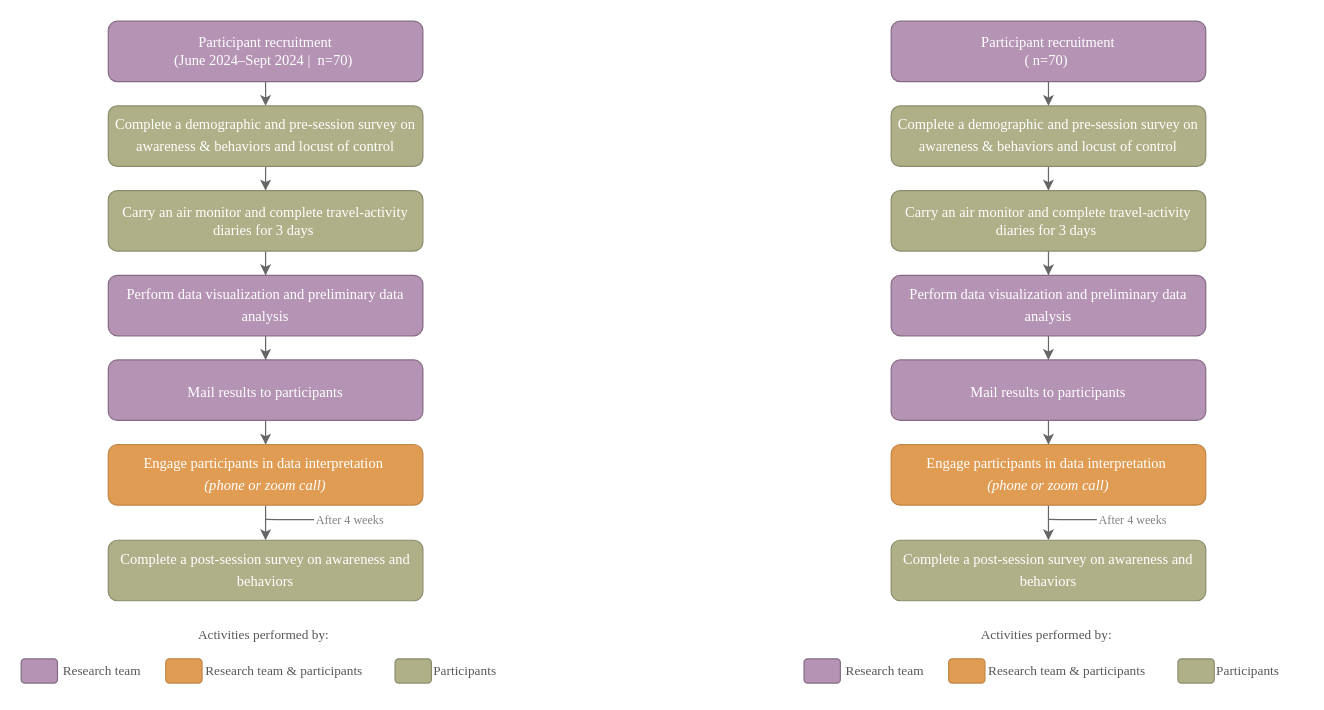
Earlier version of the draw.io diagram AirQualityDissertation.drawio (dealchre/gradDrawio). Source tidied: cells renumbered, new cells numbered last; positions are measured from the earlier drawing's top-left corner, leaving out a move shared by most shapes. Both pictures are drawn from the tidied source at 121%, with x=0, y=0 at pixel (21, 21).
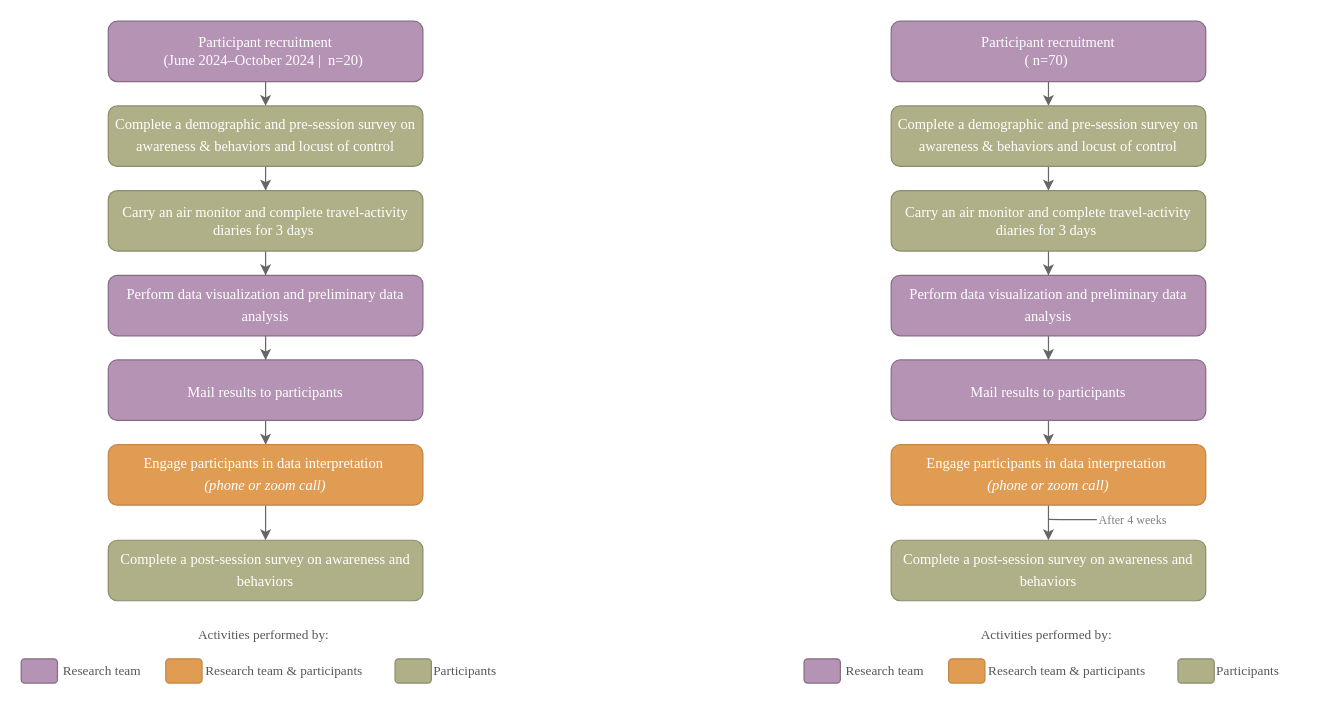
The same page after the edit.

Diff of the diagram source:
```diff
@@
-    <mxCell id="2" value="&lt;font style=&quot;font-size: 12px;&quot;&gt;Participant recruitment&lt;/font&gt;&lt;div&gt;&lt;font style=&quot;font-size: 12px;&quot;&gt;(June&lt;span style=&quot;text-align: start;&quot;&gt;&amp;nbsp;2024–Sept&lt;/span&gt;&lt;span style=&quot;text-align: start;&quot;&gt;&amp;nbsp;&lt;/span&gt;&lt;span style=&quot;text-align: start;&quot;&gt;&lt;/span&gt;2024 |&amp;nbsp;&lt;/font&gt;&lt;span style=&quot;background-color: initial;&quot;&gt;&amp;nbsp;n=70&lt;/span&gt;&lt;span style=&quot;background-color: initial;&quot;&gt;)&amp;nbsp;&lt;/span&gt;&lt;/div&gt;" style="rounded=1;whiteSpace=wrap;html=1;fontFamily=Times New Roman;fillColor=#B593B4;strokeColor=#856C84;fontColor=#FFFFFF;" parent="1" vertex="1">
+    <mxCell id="2" value="&lt;font style=&quot;font-size: 12px;&quot;&gt;Participant recruitment&lt;/font&gt;&lt;div&gt;&lt;font style=&quot;font-size: 12px;&quot;&gt;(June&lt;span style=&quot;text-align: start;&quot;&gt;&amp;nbsp;2024–October&lt;/span&gt;&lt;span style=&quot;text-align: start;&quot;&gt;&amp;nbsp;&lt;/span&gt;&lt;span style=&quot;text-align: start;&quot;&gt;&lt;/span&gt;2024 |&amp;nbsp;&lt;/font&gt;&lt;span style=&quot;background-color: initial;&quot;&gt;&amp;nbsp;n=20&lt;/span&gt;&lt;span style=&quot;background-color: initial;&quot;&gt;)&amp;nbsp;&lt;/span&gt;&lt;/div&gt;" style="rounded=1;whiteSpace=wrap;html=1;fontFamily=Times New Roman;fillColor=#B593B4;strokeColor=#856C84;fontColor=#FFFFFF;" parent="1" vertex="1">
       <mxGeometry x="72" width="260" height="50" as="geometry" />
     </mxCell>
@@
-    <mxCell id="14" style="edgeStyle=orthogonalEdgeStyle;rounded=1;jettySize=auto;html=1;exitX=0;exitY=0.5;exitDx=0;exitDy=0;fontFamily=Times New Roman;fontSize=12;strokeColor=#666666;endArrow=none;endFill=0;fontColor=#FFFFFF;" parent="1" edge="1" source="15">
-      <mxGeometry relative="1" as="geometry">
-        <mxPoint x="202" y="411.8" as="targetPoint" />
-      </mxGeometry>
-    </mxCell>
-    <mxCell id="15" value="After 4 weeks" style="text;html=1;strokeColor=none;fillColor=none;align=center;verticalAlign=middle;whiteSpace=wrap;rounded=0;fontFamily=Times New Roman;fontSize=10;fontColor=#808080;" parent="1" vertex="1">
-      <mxGeometry x="242" y="397" width="60" height="30" as="geometry" />
-    </mxCell>
```
